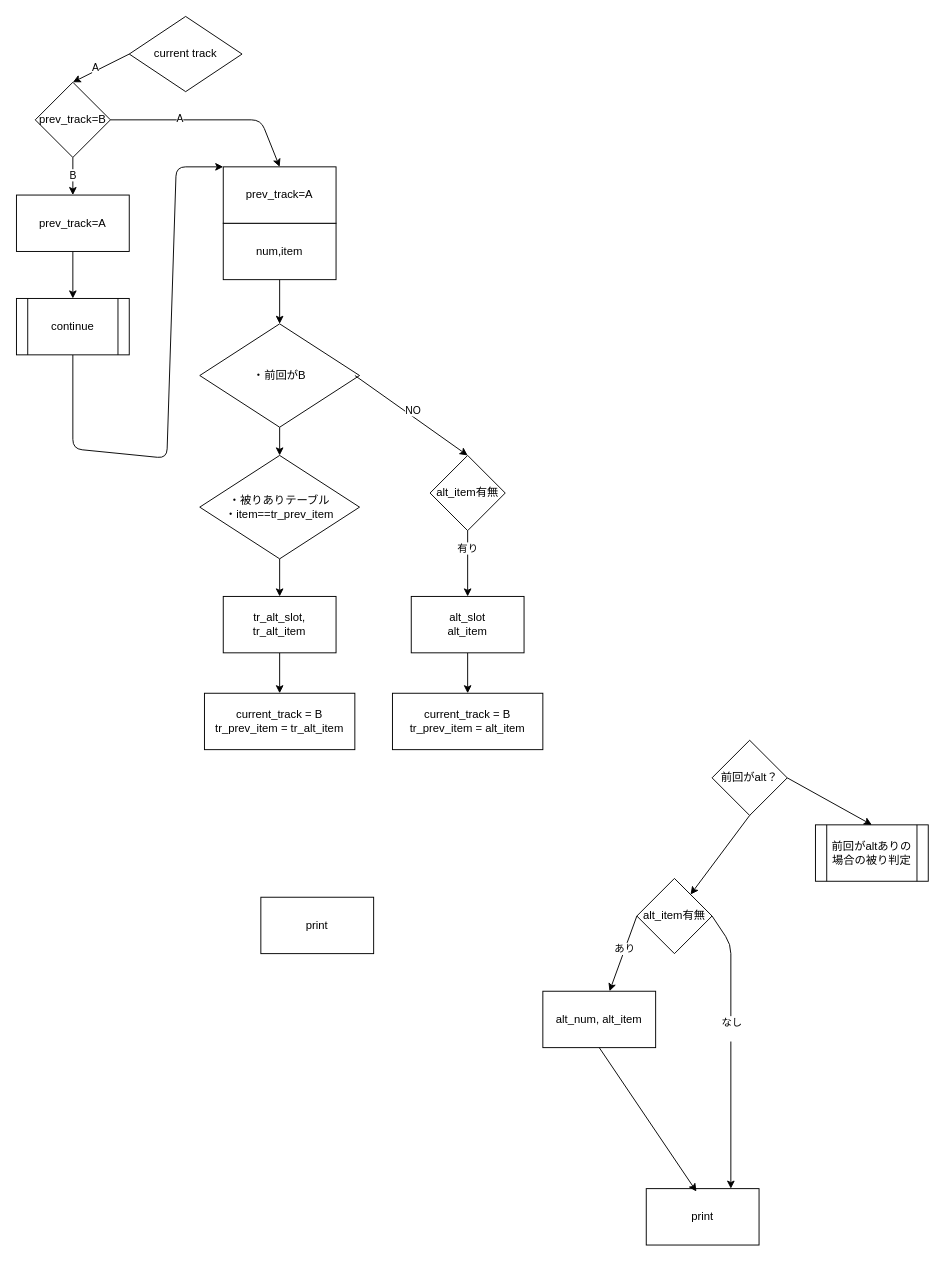
Above: page "ページ2" (2 of 2) of フローチャート.dio in ebae1/nyanko_st (draw.io), before the change. Source tidied: cells renumbered, new cells numbered last; positions are measured from the earlier drawing's top-left corner, leaving out a move shared by most shapes. Both pictures are drawn from the tidied source at 94%, with x=0, y=0 at pixel (16, 16).
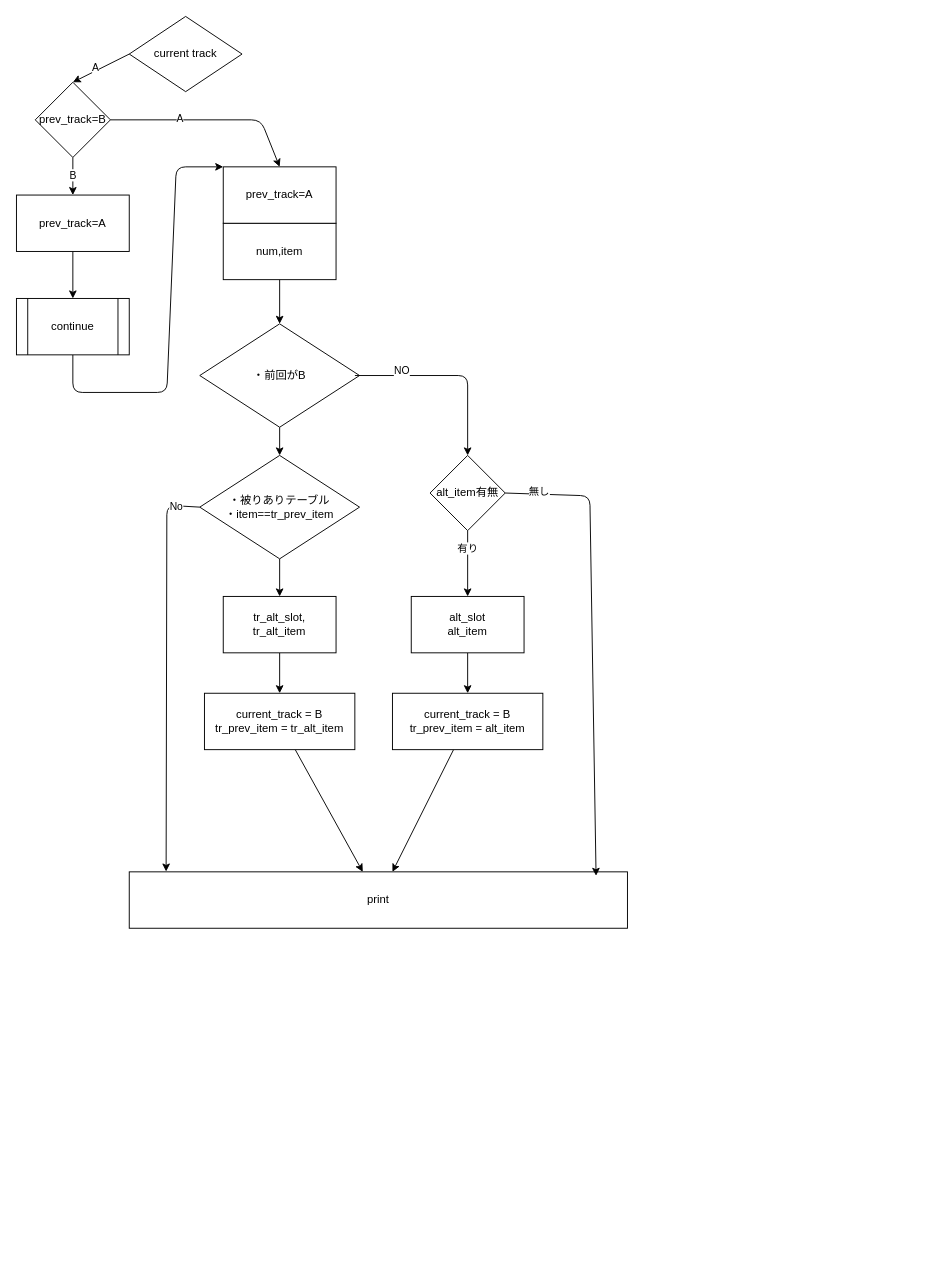
Above is the later version.

Unchanged cells that the change refers to:
```xml
<mxCell id="11" value="continue" style="shape=process;whiteSpace=wrap;html=1;backgroundOutline=1;" parent="1" vertex="1">
  <mxGeometry y="300" width="120" height="60" as="geometry" />
</mxCell>
<mxCell id="27" value="current_track = B&lt;br&gt;tr_prev_item = tr_alt_item" style="rounded=0;whiteSpace=wrap;html=1;" parent="1" vertex="1">
  <mxGeometry x="200" y="720" width="160" height="60" as="geometry" />
</mxCell>
<mxCell id="29" value="&lt;span style=&quot;color: rgb(0, 0, 0);&quot;&gt;prev_track=A&lt;/span&gt;" style="rounded=0;whiteSpace=wrap;html=1;" parent="1" vertex="1">
  <mxGeometry x="220" y="160" width="120" height="60" as="geometry" />
</mxCell>
<mxCell id="33" value="&lt;span style=&quot;color: rgb(0, 0, 0);&quot;&gt;・前回がB&lt;br&gt;&lt;/span&gt;" style="rhombus;whiteSpace=wrap;html=1;" parent="1" vertex="1">
  <mxGeometry x="195" y="327" width="170" height="110" as="geometry" />
</mxCell>
<mxCell id="37" value="&lt;span style=&quot;color: rgb(0, 0, 0);&quot;&gt;&lt;br&gt;・被りありテーブル&lt;br&gt;・item==tr_prev_item&lt;br&gt;&lt;br&gt;&lt;/span&gt;" style="rhombus;whiteSpace=wrap;html=1;" parent="1" vertex="1">
  <mxGeometry x="195" y="467" width="170" height="110" as="geometry" />
</mxCell>
<mxCell id="40" value="alt_item有無" style="rhombus;whiteSpace=wrap;html=1;" parent="1" vertex="1">
  <mxGeometry x="440" y="467" width="80" height="80" as="geometry" />
</mxCell>
<mxCell id="43" value="current_track = B&lt;br&gt;tr_prev_item = alt_item" style="rounded=0;whiteSpace=wrap;html=1;" parent="1" vertex="1">
  <mxGeometry x="400" y="720" width="160" height="60" as="geometry" />
</mxCell>
```

Diff of the diagram source:
```diff
@@
-    <mxCell id="4" value="alt_item有無" style="rhombus;whiteSpace=wrap;html=1;" parent="1" vertex="1">
-      <mxGeometry x="660" y="917" width="80" height="80" as="geometry" />
-    </mxCell>
-    <mxCell id="5" value="alt_num, alt_item" style="rounded=0;whiteSpace=wrap;html=1;" parent="1" vertex="1">
-      <mxGeometry x="560" y="1037" width="120" height="60" as="geometry" />
-    </mxCell>
@@
     <mxCell id="10" style="edgeStyle=none;html=1;exitX=0.5;exitY=1;exitDx=0;exitDy=0;entryX=0;entryY=0;entryDx=0;entryDy=0;" parent="1" edge="1" source="11" target="29">
       <mxGeometry relative="1" as="geometry">
         <Array as="points">
-          <mxPoint x="60" y="460" />
-          <mxPoint x="160" y="470" />
+          <mxPoint x="60" y="400" />
+          <mxPoint x="160" y="400" />
           <mxPoint x="170" y="160" />
         </Array>
       </mxGeometry>
     </mxCell>
@@
-    <mxCell id="15" value="print" style="rounded=0;whiteSpace=wrap;html=1;" parent="1" vertex="1">
-      <mxGeometry x="670" y="1247" width="120" height="60" as="geometry" />
-    </mxCell>
-    <mxCell id="16" style="endArrow=classic;html=1;exitX=0;exitY=0.5;exitDx=0;exitDy=0;" parent="1" edge="1" source="4" target="5">
-      <mxGeometry relative="1" as="geometry" />
-    </mxCell>
-    <mxCell id="17" value="あり" style="edgeLabel;html=1;align=center;verticalAlign=middle;" parent="16" vertex="1">
-      <mxGeometry x="-0.14" y="-1" relative="1" as="geometry" />
-    </mxCell>
-    <mxCell id="18" style="endArrow=classic;html=1;exitX=1;exitY=0.5;exitDx=0;exitDy=0;entryX=0.75;entryY=0;entryDx=0;entryDy=0;" parent="1" edge="1" source="4" target="15">
-      <mxGeometry relative="1" as="geometry">
-        <Array as="points">
-          <mxPoint x="760" y="987" />
-        </Array>
-      </mxGeometry>
-    </mxCell>
-    <mxCell id="19" value="なし&lt;div&gt;&lt;br&gt;&lt;/div&gt;" style="edgeLabel;html=1;align=center;verticalAlign=middle;" parent="18" vertex="1">
-      <mxGeometry x="-0.15" relative="1" as="geometry" />
-    </mxCell>
-    <mxCell id="20" style="endArrow=classic;html=1;entryX=0.445;entryY=0.051;entryDx=0;entryDy=0;exitX=0.5;exitY=1;exitDx=0;exitDy=0;entryPerimeter=0;" parent="1" edge="1" source="5" target="15">
-      <mxGeometry relative="1" as="geometry" />
-    </mxCell>
@@
-    <mxCell id="23" value="前回がaltありの場合の被り判定" style="shape=process;whiteSpace=wrap;html=1;backgroundOutline=1;" parent="1" vertex="1">
-      <mxGeometry x="850" y="860" width="120" height="60" as="geometry" />
-    </mxCell>
-    <mxCell id="24" value="&lt;span style=&quot;color: rgb(0, 0, 0);&quot;&gt;前回がalt？&lt;/span&gt;" style="rhombus;whiteSpace=wrap;html=1;" parent="1" vertex="1">
-      <mxGeometry x="740" y="770" width="80" height="80" as="geometry" />
-    </mxCell>
-    <mxCell id="25" style="endArrow=classic;html=1;entryX=0.5;entryY=0;entryDx=0;entryDy=0;exitX=1;exitY=0.5;exitDx=0;exitDy=0;" parent="1" edge="1" source="24" target="23">
-      <mxGeometry relative="1" as="geometry" />
-    </mxCell>
-    <mxCell id="26" style="endArrow=classic;html=1;exitX=0.5;exitY=1;exitDx=0;exitDy=0;" parent="1" edge="1" source="24" target="4">
-      <mxGeometry relative="1" as="geometry" />
-    </mxCell>
+    <mxCell id="45" style="edgeStyle=none;html=1;" parent="1" edge="1" source="27" target="44">
+      <mxGeometry relative="1" as="geometry" />
+    </mxCell>
@@
     <mxCell id="35" style="edgeStyle=none;html=1;entryX=0.5;entryY=0;entryDx=0;entryDy=0;exitX=0.971;exitY=0.5;exitDx=0;exitDy=0;exitPerimeter=0;" parent="1" edge="1" source="33" target="40">
-      <mxGeometry relative="1" as="geometry" />
+      <mxGeometry relative="1" as="geometry">
+        <Array as="points">
+          <mxPoint x="480" y="382" />
+        </Array>
+      </mxGeometry>
     </mxCell>
     <mxCell id="36" value="NO" style="edgeLabel;html=1;align=center;verticalAlign=middle;" parent="35" vertex="1">
-      <mxGeometry x="-0.03" y="6" relative="1" as="geometry" />
+      <mxGeometry x="-0.03" y="6" relative="1" as="geometry">
+        <mxPoint x="-50" as="offset" />
+      </mxGeometry>
     </mxCell>
@@
+    <mxCell id="46" style="edgeStyle=none;html=1;" parent="1" edge="1" source="43" target="44">
+      <mxGeometry relative="1" as="geometry" />
+    </mxCell>
@@
     <mxCell id="44" value="print" style="rounded=0;whiteSpace=wrap;html=1;" parent="1" vertex="1">
-      <mxGeometry x="260" y="937" width="120" height="60" as="geometry" />
+      <mxGeometry x="120" y="910" width="530" height="60" as="geometry" />
     </mxCell>
+    <mxCell id="47" style="edgeStyle=none;html=1;exitX=0;exitY=0.5;exitDx=0;exitDy=0;entryX=0.074;entryY=-0.006;entryDx=0;entryDy=0;entryPerimeter=0;" parent="1" edge="1" source="37" target="44">
+      <mxGeometry relative="1" as="geometry">
+        <Array as="points">
+          <mxPoint x="160" y="520" />
+        </Array>
+      </mxGeometry>
+    </mxCell>
+    <mxCell id="48" value="No" style="edgeLabel;html=1;align=center;verticalAlign=middle;" parent="47" vertex="1">
+      <mxGeometry x="-0.68" y="-2" relative="1" as="geometry">
+        <mxPoint x="12" y="-31" as="offset" />
+      </mxGeometry>
+    </mxCell>
+    <mxCell id="49" style="edgeStyle=none;html=1;entryX=0.937;entryY=0.07;entryDx=0;entryDy=0;entryPerimeter=0;exitX=1;exitY=0.5;exitDx=0;exitDy=0;" parent="1" edge="1" source="40" target="44">
+      <mxGeometry relative="1" as="geometry">
+        <Array as="points">
+          <mxPoint x="610" y="510" />
+        </Array>
+      </mxGeometry>
+    </mxCell>
+    <mxCell id="50" value="無し" style="edgeLabel;html=1;align=center;verticalAlign=middle;" parent="49" vertex="1">
+      <mxGeometry x="-0.86" y="3" relative="1" as="geometry" />
+    </mxCell>
```
